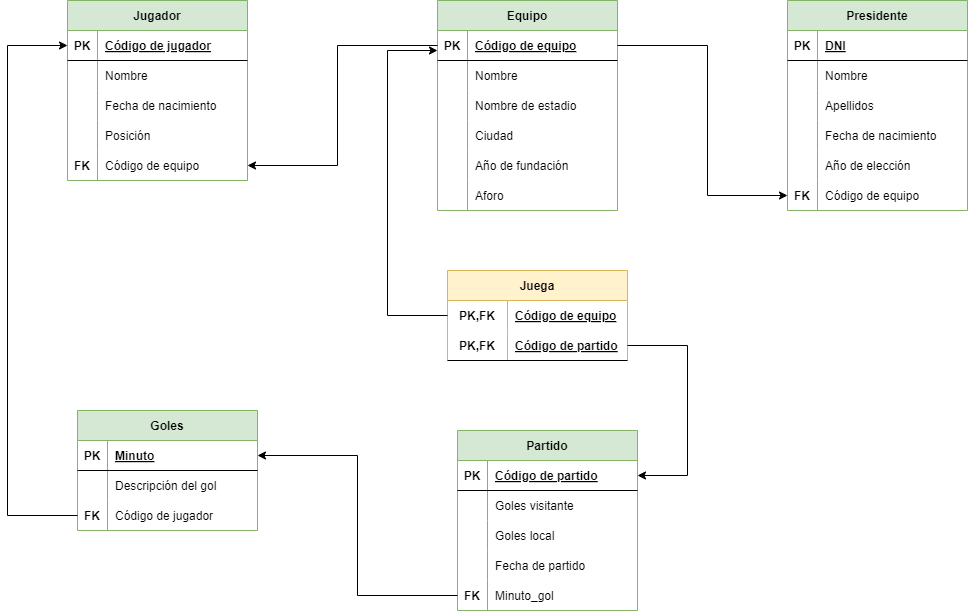
The draw.io diagram tareas/unidad-3/tarea-5/tarea5.drawio.png in ManuelsDAM/base-datos, before a commit. Source tidied: cells renumbered, new cells last; positions are measured from the earlier drawing's top-left corner, leaving out a move shared by most shapes.
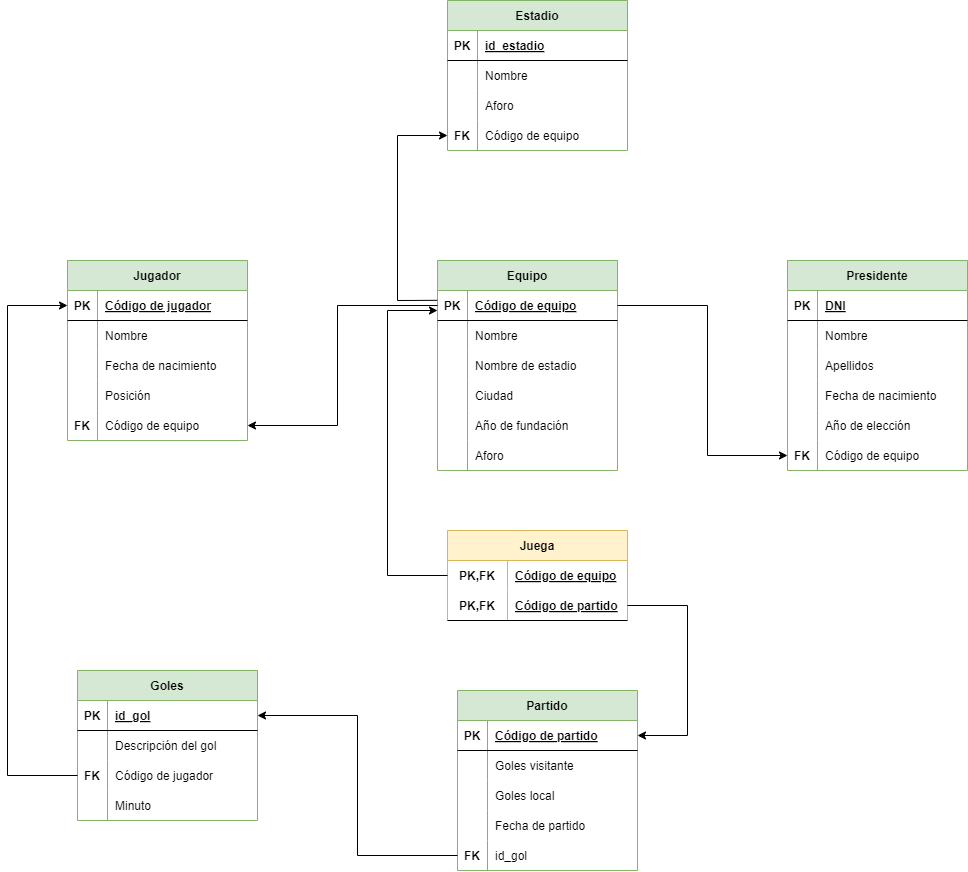
Above is the later version.

Commit message:
cambios en tarea 5

Change to the diagram source:
```diff
@@ -255,7 +255,7 @@
     <mxCell id="80" value="FK" style="shape=partialRectangle;fillColor=none;top=0;left=0;bottom=0;right=0;overflow=hidden;fontStyle=1;" parent="79" vertex="1">
       <mxGeometry width="30" height="30" as="geometry" />
     </mxCell>
-    <mxCell id="81" value="Minuto_gol" style="shape=partialRectangle;fillColor=none;top=0;left=0;bottom=0;right=0;align=left;spacingLeft=6;overflow=hidden;" parent="79" vertex="1">
+    <mxCell id="81" value="id_gol" style="shape=partialRectangle;fillColor=none;top=0;left=0;bottom=0;right=0;align=left;spacingLeft=6;overflow=hidden;" parent="79" vertex="1">
       <mxGeometry x="30" width="150" height="30" as="geometry" />
     </mxCell>
     <mxCell id="82" style="edgeStyle=none;rounded=0;html=1;exitX=1;exitY=0.5;exitDx=0;exitDy=0;entryX=1;entryY=0.5;entryDx=0;entryDy=0;" parent="1" edge="1" source="22" target="67">
@@ -267,7 +267,7 @@
       </mxGeometry>
     </mxCell>
     <mxCell id="83" value="Goles" style="shape=table;startSize=30;rowLines=0;fontStyle=1;align=center;fillColor=#d5e8d4;strokeColor=#82b366;" parent="1" vertex="1">
-      <mxGeometry x="70" y="410" width="180" height="120" as="geometry" />
+      <mxGeometry x="70" y="410" width="180" height="150" as="geometry" />
     </mxCell>
     <mxCell id="84" style="shape=tableRow;horizontal=0;startSize=0;swimlaneHead=0;swimlaneBody=0;fillColor=none;points=[[0,0.5],[1,0.5]];portConstraint=eastwest;top=0;left=0;right=0;bottom=1;" parent="83" vertex="1">
       <mxGeometry y="30" width="180" height="30" as="geometry" />
@@ -275,7 +275,7 @@
     <mxCell id="85" value="PK" style="shape=partialRectangle;fillColor=none;top=0;left=0;bottom=0;right=0;fontStyle=1;overflow=hidden;" parent="84" vertex="1">
       <mxGeometry width="30" height="30" as="geometry" />
     </mxCell>
-    <mxCell id="86" value="Minuto" style="shape=partialRectangle;fillColor=none;top=0;left=0;bottom=0;right=0;align=left;spacingLeft=6;fontStyle=5;overflow=hidden;" parent="84" vertex="1">
+    <mxCell id="86" value="id_gol" style="shape=partialRectangle;fillColor=none;top=0;left=0;bottom=0;right=0;align=left;spacingLeft=6;fontStyle=5;overflow=hidden;" parent="84" vertex="1">
       <mxGeometry x="30" width="150" height="30" as="geometry" />
     </mxCell>
     <mxCell id="87" style="shape=tableRow;horizontal=0;startSize=0;swimlaneHead=0;swimlaneBody=0;fillColor=none;top=0;left=0;right=0;bottom=0;" parent="83" vertex="1">
@@ -296,6 +296,15 @@
     <mxCell id="92" value="Código de jugador" style="shape=partialRectangle;fillColor=none;top=0;left=0;bottom=0;right=0;align=left;spacingLeft=6;overflow=hidden;" parent="90" vertex="1">
       <mxGeometry x="30" width="150" height="30" as="geometry" />
     </mxCell>
+    <mxCell id="95" style="shape=tableRow;horizontal=0;startSize=0;swimlaneHead=0;swimlaneBody=0;fillColor=none;top=0;left=0;right=0;bottom=0;" parent="83" vertex="1">
+      <mxGeometry y="120" width="180" height="30" as="geometry" />
+    </mxCell>
+    <mxCell id="96" style="shape=partialRectangle;fillColor=none;top=0;left=0;bottom=0;right=0;overflow=hidden;" parent="95" vertex="1">
+      <mxGeometry width="30" height="30" as="geometry" />
+    </mxCell>
+    <mxCell id="97" value="Minuto" style="shape=partialRectangle;fillColor=none;top=0;left=0;bottom=0;right=0;align=left;spacingLeft=6;overflow=hidden;" parent="95" vertex="1">
+      <mxGeometry x="30" width="150" height="30" as="geometry" />
+    </mxCell>
     <mxCell id="93" style="edgeStyle=none;rounded=0;html=1;exitX=0;exitY=0.5;exitDx=0;exitDy=0;entryX=0;entryY=0.5;entryDx=0;entryDy=0;" parent="1" edge="1" source="90" target="3">
       <mxGeometry relative="1" as="geometry">
         <Array as="points">
@@ -312,5 +321,52 @@
         </Array>
       </mxGeometry>
     </mxCell>
+    <mxCell id="98" value="Estadio" style="shape=table;startSize=30;rowLines=0;fontStyle=1;align=center;rotation=0;fillColor=#d5e8d4;strokeColor=#82b366;" parent="1" vertex="1">
+      <mxGeometry x="440" y="-260" width="180" height="150" as="geometry" />
+    </mxCell>
+    <mxCell id="99" style="shape=tableRow;horizontal=0;startSize=0;swimlaneHead=0;swimlaneBody=0;fillColor=none;top=0;left=0;right=0;bottom=1;" parent="98" vertex="1">
+      <mxGeometry y="30" width="180" height="30" as="geometry" />
+    </mxCell>
+    <mxCell id="100" value="PK" style="shape=partialRectangle;fillColor=none;top=0;left=0;bottom=0;right=0;fontStyle=1;overflow=hidden;" parent="99" vertex="1">
+      <mxGeometry width="30" height="30" as="geometry" />
+    </mxCell>
+    <mxCell id="101" value="id_estadio" style="shape=partialRectangle;fillColor=none;top=0;left=0;bottom=0;right=0;align=left;spacingLeft=6;fontStyle=5;overflow=hidden;" parent="99" vertex="1">
+      <mxGeometry x="30" width="150" height="30" as="geometry" />
+    </mxCell>
+    <mxCell id="102" style="shape=tableRow;horizontal=0;startSize=0;swimlaneHead=0;swimlaneBody=0;fillColor=none;top=0;left=0;right=0;bottom=0;" parent="98" vertex="1">
+      <mxGeometry y="60" width="180" height="30" as="geometry" />
+    </mxCell>
+    <mxCell id="103" style="shape=partialRectangle;fillColor=none;top=0;left=0;bottom=0;right=0;overflow=hidden;" parent="102" vertex="1">
+      <mxGeometry width="30" height="30" as="geometry" />
+    </mxCell>
+    <mxCell id="104" value="Nombre" style="shape=partialRectangle;fillColor=none;top=0;left=0;bottom=0;right=0;align=left;spacingLeft=6;overflow=hidden;" parent="102" vertex="1">
+      <mxGeometry x="30" width="150" height="30" as="geometry" />
+    </mxCell>
+    <mxCell id="105" style="shape=tableRow;horizontal=0;startSize=0;swimlaneHead=0;swimlaneBody=0;fillColor=none;top=0;left=0;right=0;bottom=0;" parent="98" vertex="1">
+      <mxGeometry y="90" width="180" height="30" as="geometry" />
+    </mxCell>
+    <mxCell id="106" style="shape=partialRectangle;fillColor=none;top=0;left=0;bottom=0;right=0;overflow=hidden;" parent="105" vertex="1">
+      <mxGeometry width="30" height="30" as="geometry" />
+    </mxCell>
+    <mxCell id="107" value="Aforo" style="shape=partialRectangle;fillColor=none;top=0;left=0;bottom=0;right=0;align=left;spacingLeft=6;overflow=hidden;" parent="105" vertex="1">
+      <mxGeometry x="30" width="150" height="30" as="geometry" />
+    </mxCell>
+    <mxCell id="108" style="shape=tableRow;horizontal=0;startSize=0;swimlaneHead=0;swimlaneBody=0;fillColor=none;points=[[0,0.5],[1,0.5]];portConstraint=eastwest;top=0;left=0;right=0;bottom=0;" parent="98" vertex="1">
+      <mxGeometry y="120" width="180" height="30" as="geometry" />
+    </mxCell>
+    <mxCell id="109" value="FK" style="shape=partialRectangle;fillColor=none;top=0;left=0;bottom=0;right=0;overflow=hidden;fontStyle=1;" parent="108" vertex="1">
+      <mxGeometry width="30" height="30" as="geometry" />
+    </mxCell>
+    <mxCell id="110" value="Código de equipo" style="shape=partialRectangle;fillColor=none;top=0;left=0;bottom=0;right=0;align=left;spacingLeft=6;overflow=hidden;" parent="108" vertex="1">
+      <mxGeometry x="30" width="150" height="30" as="geometry" />
+    </mxCell>
+    <mxCell id="111" style="edgeStyle=none;html=1;exitX=-0.002;exitY=0.327;exitDx=0;exitDy=0;entryX=0;entryY=0.5;entryDx=0;entryDy=0;rounded=0;exitPerimeter=0;" parent="1" edge="1" source="26" target="108">
+      <mxGeometry relative="1" as="geometry">
+        <Array as="points">
+          <mxPoint x="390" y="40" />
+          <mxPoint x="390" y="-125" />
+        </Array>
+      </mxGeometry>
+    </mxCell>
   </root>
 </mxGraphModel>
```
